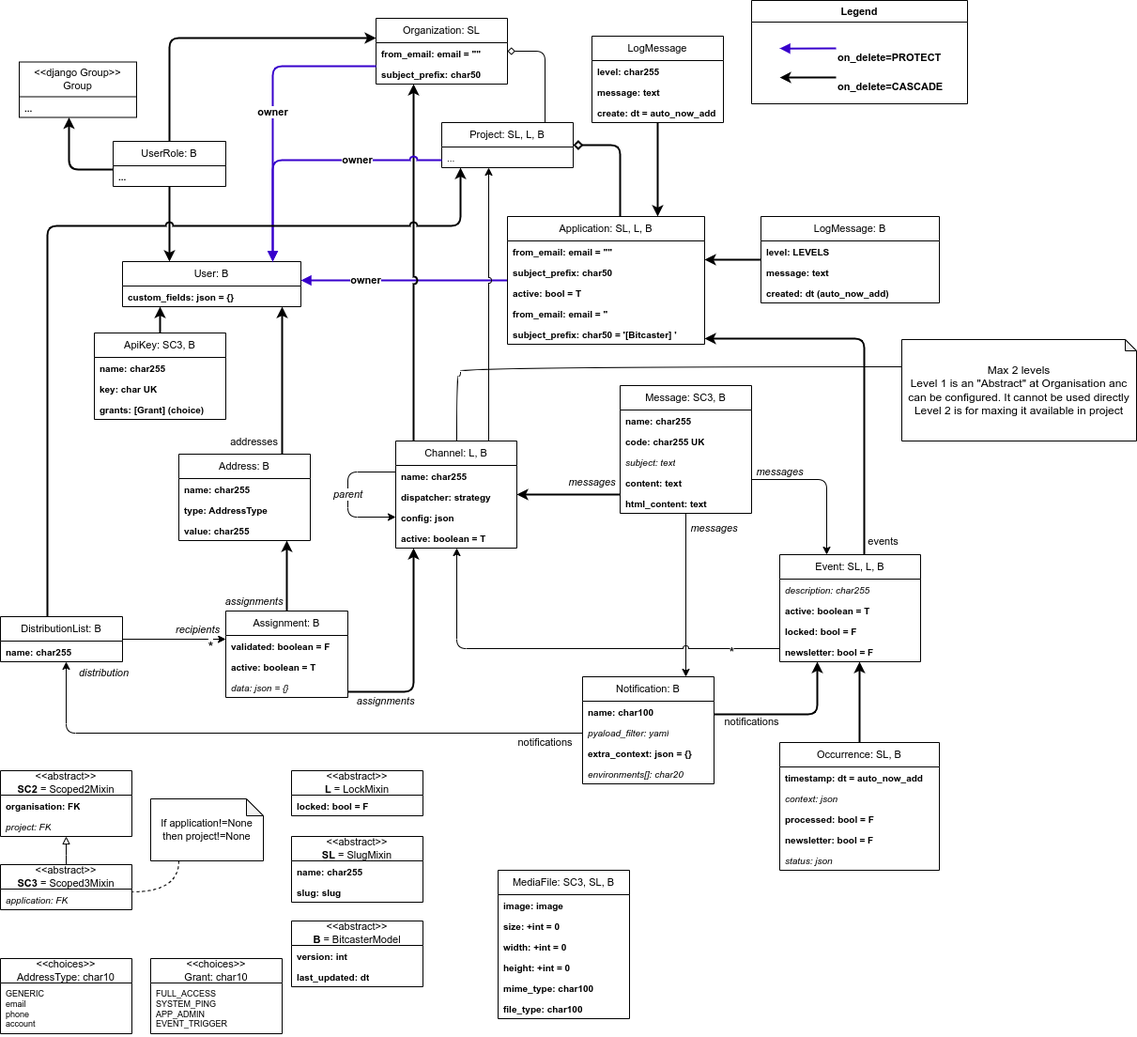
bitcaster-io/bitcaster keeps this draw.io diagram as docs/_guidelines/development/BitcasterCD.drawio.png. Above is the earlier version. Source tidied: cells renumbered, new cells last; positions are measured from the earlier drawing's top-left corner, leaving out a move shared by most shapes.
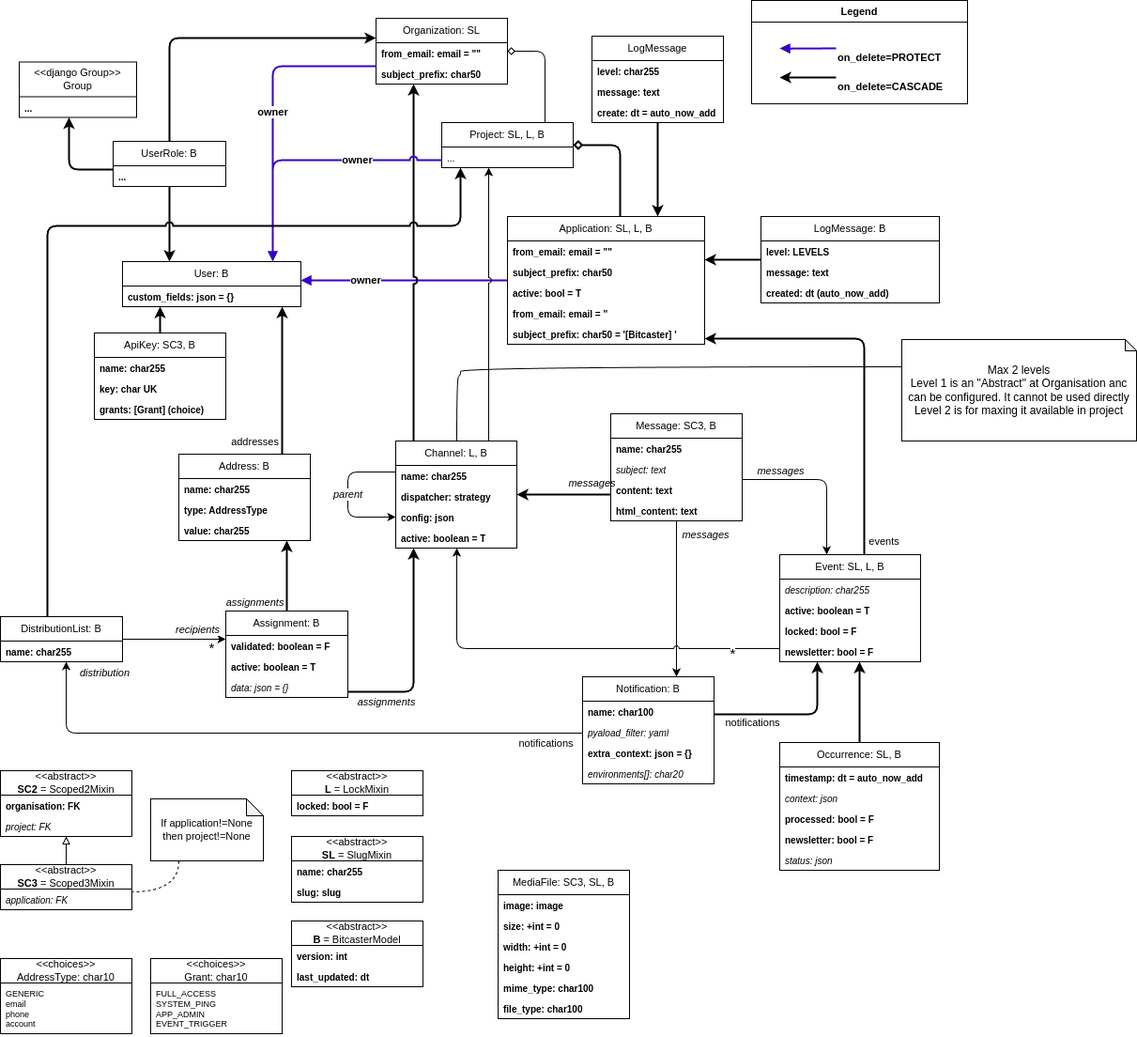
Above is the later version.

What changed in the source:
```diff
@@ -41,22 +41,19 @@
       </mxGeometry>
     </mxCell>
     <mxCell id="8" value="Message: SC3, B" style="swimlane;fontStyle=0;horizontal=1;startSize=26;fillColor=none;whiteSpace=wrap;html=1;fontSize=11;" parent="1" vertex="1">
-      <mxGeometry x="660" y="410" width="140" height="136" as="geometry" />
+      <mxGeometry x="650" y="440" width="140" height="114" as="geometry" />
     </mxCell>
     <mxCell id="9" value="name: char255" style="text;strokeColor=none;fillColor=none;align=left;verticalAlign=top;spacingLeft=4;spacingRight=4;overflow=hidden;whiteSpace=wrap;html=1;fontSize=10;fontStyle=1;" parent="8" vertex="1">
       <mxGeometry y="26" width="140" height="22" as="geometry" />
     </mxCell>
-    <mxCell id="10" value="code: char255 UK" style="text;strokeColor=none;fillColor=none;align=left;verticalAlign=top;spacingLeft=4;spacingRight=4;overflow=hidden;whiteSpace=wrap;html=1;fontSize=10;fontStyle=1;" parent="8" vertex="1">
-      <mxGeometry y="48" width="140" height="22" as="geometry" />
-    </mxCell>
     <mxCell id="11" value="subject: text" style="text;strokeColor=none;fillColor=none;align=left;verticalAlign=top;spacingLeft=4;spacingRight=4;overflow=hidden;whiteSpace=wrap;html=1;fontSize=10;fontStyle=2;" parent="8" vertex="1">
-      <mxGeometry y="70" width="140" height="22" as="geometry" />
+      <mxGeometry y="48" width="140" height="22" as="geometry" />
     </mxCell>
     <mxCell id="12" value="content: text" style="text;strokeColor=none;fillColor=none;align=left;verticalAlign=top;spacingLeft=4;spacingRight=4;overflow=hidden;whiteSpace=wrap;html=1;fontSize=10;fontStyle=1;" parent="8" vertex="1">
-      <mxGeometry y="92" width="140" height="22" as="geometry" />
+      <mxGeometry y="70" width="140" height="22" as="geometry" />
     </mxCell>
     <mxCell id="13" value="html_content: text" style="text;strokeColor=none;fillColor=none;align=left;verticalAlign=top;spacingLeft=4;spacingRight=4;overflow=hidden;whiteSpace=wrap;html=1;fontSize=10;fontStyle=1;" parent="8" vertex="1">
-      <mxGeometry y="114" width="140" height="22" as="geometry" />
+      <mxGeometry y="92" width="140" height="22" as="geometry" />
     </mxCell>
     <mxCell id="14" style="edgeStyle=orthogonalEdgeStyle;rounded=1;jettySize=auto;html=1;endArrow=none;endFill=0;startArrow=diamond;startFill=0;curved=0;" parent="1" edge="1" source="15" target="19">
       <mxGeometry relative="1" as="geometry">
```
